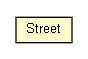
Earlier version of the Graphviz export apidocs/nl/geozet/openls/databinding/openls/Street.png (geozet/openls-databinding). Its source is kept beside it as apidocs/nl/geozet/openls/databinding/openls/Street.dot.
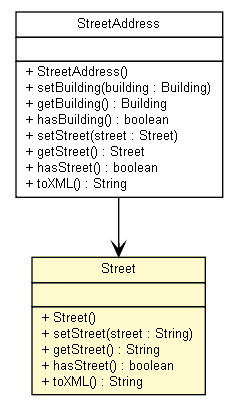
After the change.

The edit, as a diff of the source:
```diff
@@ -4,9 +4,38 @@
 	node [fontname="arial",fontsize=10,shape=plaintext];
 	nodesep=0.25;
 	ranksep=0.5;
-	c335 [label=<<table title="nl.geozet.openls.databinding.openls.Street" border="0" cellborder="1" cellspacing="0" cellpadding="2" port="p" bgcolor="lemonChiffon" href="./Street.html">
+	c335 [label=<<table title="nl.geozet.openls.databinding.openls.StreetAddress" border="0" cellborder="1" cellspacing="0" cellpadding="2" port="p" href="./StreetAddress.html">
+		<tr><td><table border="0" cellspacing="0" cellpadding="1">
+<tr><td align="center" balign="center"> StreetAddress </td></tr>
+		</table></td></tr>
+		<tr><td><table border="0" cellspacing="0" cellpadding="1">
+<tr><td align="left" balign="left">  </td></tr>
+		</table></td></tr>
+		<tr><td><table border="0" cellspacing="0" cellpadding="1">
+<tr><td align="left" balign="left"> + StreetAddress() </td></tr>
+<tr><td align="left" balign="left"> + setBuilding(building : Building) </td></tr>
+<tr><td align="left" balign="left"> + getBuilding() : Building </td></tr>
+<tr><td align="left" balign="left"> + hasBuilding() : boolean </td></tr>
+<tr><td align="left" balign="left"> + setStreet(street : Street) </td></tr>
+<tr><td align="left" balign="left"> + getStreet() : Street </td></tr>
+<tr><td align="left" balign="left"> + hasStreet() : boolean </td></tr>
+<tr><td align="left" balign="left"> + toXML() : String </td></tr>
+		</table></td></tr>
+		</table>>, URL="./StreetAddress.html", fontname="arial", fontcolor="black", fontsize=10.0];
+	c336 [label=<<table title="nl.geozet.openls.databinding.openls.Street" border="0" cellborder="1" cellspacing="0" cellpadding="2" port="p" bgcolor="lemonChiffon" href="./Street.html">
 		<tr><td><table border="0" cellspacing="0" cellpadding="1">
 <tr><td align="center" balign="center"> Street </td></tr>
 		</table></td></tr>
+		<tr><td><table border="0" cellspacing="0" cellpadding="1">
+<tr><td align="left" balign="left">  </td></tr>
+		</table></td></tr>
+		<tr><td><table border="0" cellspacing="0" cellpadding="1">
+<tr><td align="left" balign="left"> + Street() </td></tr>
+<tr><td align="left" balign="left"> + setStreet(street : String) </td></tr>
+<tr><td align="left" balign="left"> + getStreet() : String </td></tr>
+<tr><td align="left" balign="left"> + hasStreet() : boolean </td></tr>
+<tr><td align="left" balign="left"> + toXML() : String </td></tr>
+		</table></td></tr>
 		</table>>, URL="./Street.html", fontname="arial", fontcolor="black", fontsize=10.0];
+	c335:p -> c336:p [taillabel="", label="", headlabel="", fontname="arial", fontcolor="black", fontsize=10.0, color="black", arrowhead=open];
 }
```
